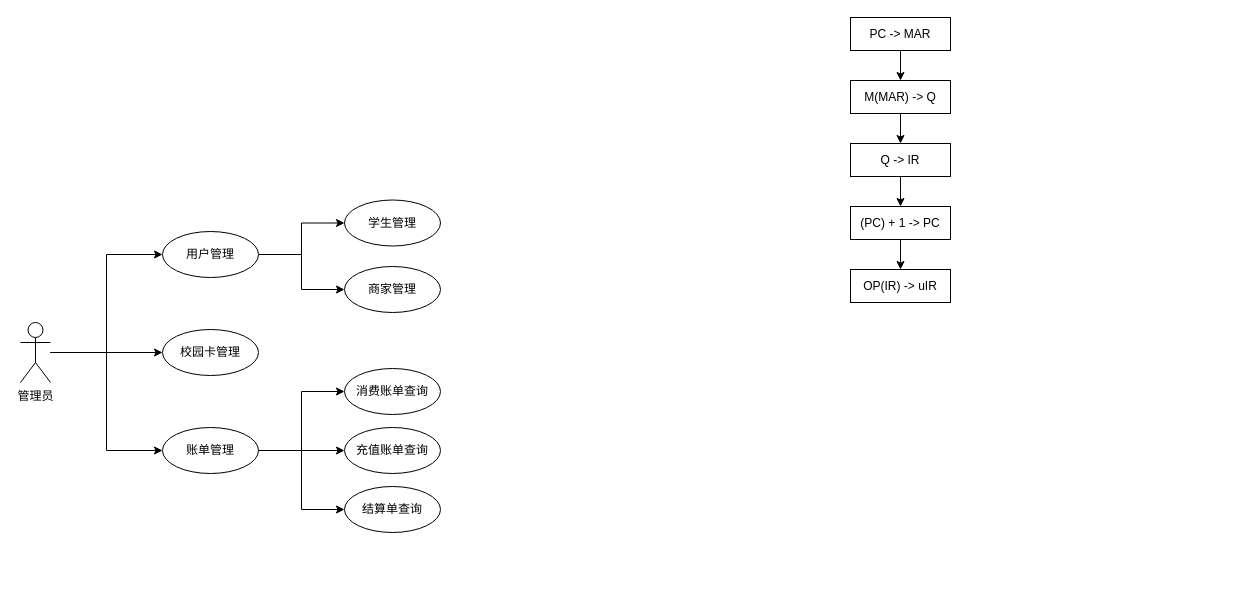
This is ER-Charts/用例图-管理员.drawio from ShiaoYoung/Database-course_design, a draw.io file, before an edit. Source tidied: cells renumbered, new cells numbered last; positions are measured from the earlier drawing's top-left corner, leaving out a move shared by most shapes. Both pictures are drawn from the tidied source at 100%, with x=0, y=0 at pixel (20, 17).
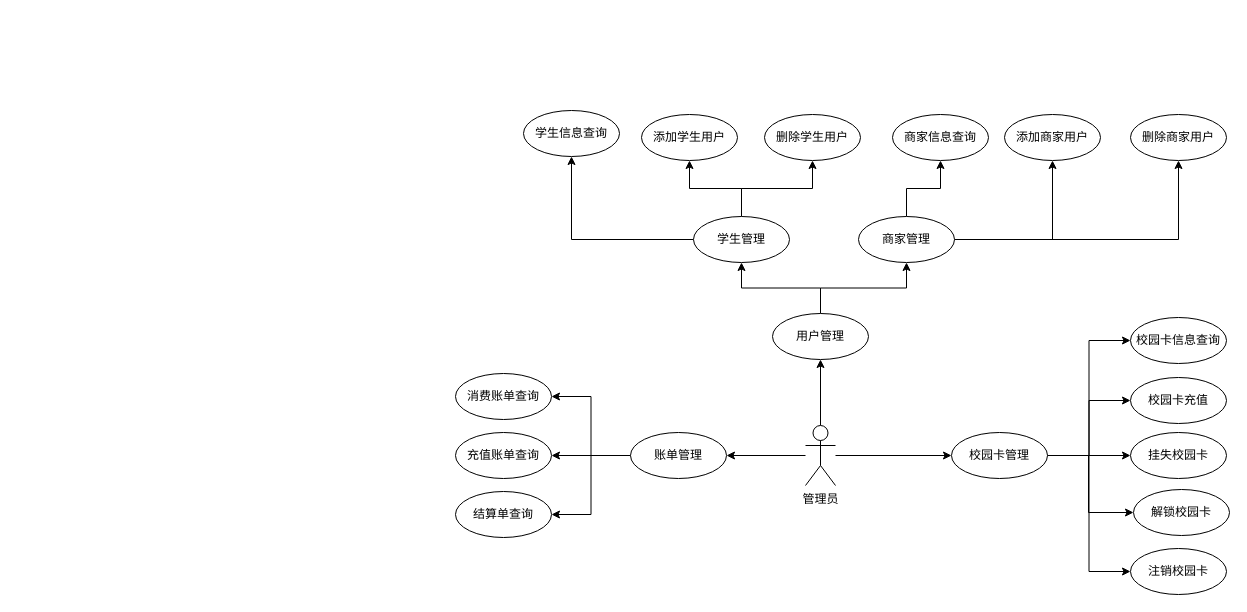
Above is the later version.

Commit message (it also covers changes not shown here):
更新用例图-管理员.drawio

The edit, as a diff of the source:
```diff
@@
-    <mxCell id="2" style="edgeStyle=orthogonalEdgeStyle;rounded=0;jettySize=auto;html=1;exitX=0.5;exitY=1;exitDx=0;exitDy=0;entryX=0.5;entryY=0;entryDx=0;entryDy=0;" parent="1" edge="1" source="3" target="5">
-      <mxGeometry relative="1" as="geometry" />
-    </mxCell>
-    <mxCell id="3" value="PC -&amp;gt; MAR" style="rounded=0;whiteSpace=wrap;html=1;" parent="1" vertex="1">
-      <mxGeometry x="830" width="100" height="33" as="geometry" />
-    </mxCell>
-    <mxCell id="4" style="edgeStyle=orthogonalEdgeStyle;rounded=0;jettySize=auto;html=1;exitX=0.5;exitY=1;exitDx=0;exitDy=0;entryX=0.5;entryY=0;entryDx=0;entryDy=0;" parent="1" edge="1" source="5" target="7">
-      <mxGeometry relative="1" as="geometry" />
-    </mxCell>
-    <mxCell id="5" value="M(MAR) -&amp;gt; Q" style="rounded=0;whiteSpace=wrap;html=1;" parent="1" vertex="1">
-      <mxGeometry x="830" y="63" width="100" height="33" as="geometry" />
-    </mxCell>
-    <mxCell id="6" style="edgeStyle=orthogonalEdgeStyle;rounded=0;jettySize=auto;html=1;exitX=0.5;exitY=1;exitDx=0;exitDy=0;entryX=0.5;entryY=0;entryDx=0;entryDy=0;" parent="1" edge="1" source="7" target="9">
-      <mxGeometry relative="1" as="geometry" />
-    </mxCell>
-    <mxCell id="7" value="Q -&amp;gt; IR" style="rounded=0;whiteSpace=wrap;html=1;" parent="1" vertex="1">
-      <mxGeometry x="830" y="126" width="100" height="33" as="geometry" />
-    </mxCell>
-    <mxCell id="8" style="edgeStyle=orthogonalEdgeStyle;rounded=0;jettySize=auto;html=1;exitX=0.5;exitY=1;exitDx=0;exitDy=0;entryX=0.5;entryY=0;entryDx=0;entryDy=0;" parent="1" edge="1" source="9" target="10">
-      <mxGeometry relative="1" as="geometry" />
-    </mxCell>
-    <mxCell id="9" value="(PC) + 1 -&amp;gt; PC" style="rounded=0;whiteSpace=wrap;html=1;" parent="1" vertex="1">
-      <mxGeometry x="830" y="189" width="100" height="33" as="geometry" />
-    </mxCell>
-    <mxCell id="10" value="OP(IR) -&amp;gt; uIR" style="rounded=0;whiteSpace=wrap;html=1;" parent="1" vertex="1">
-      <mxGeometry x="830" y="252" width="100" height="33" as="geometry" />
-    </mxCell>
+    <mxCell id="12" style="edgeStyle=orthogonalEdgeStyle;rounded=0;jettySize=auto;html=1;entryX=0;entryY=0.5;entryDx=0;entryDy=0;" parent="1" edge="1" source="14" target="20">
+      <mxGeometry relative="1" as="geometry" />
+    </mxCell>
-    <mxCell id="11" style="edgeStyle=orthogonalEdgeStyle;rounded=0;jettySize=auto;html=1;entryX=0;entryY=0.5;entryDx=0;entryDy=0;" parent="1" edge="1" source="14" target="17">
+    <mxCell id="11" style="edgeStyle=orthogonalEdgeStyle;rounded=0;jettySize=auto;html=1;entryX=0.5;entryY=1;entryDx=0;entryDy=0;" parent="1" edge="1" source="14" target="17">
       <mxGeometry relative="1" as="geometry" />
     </mxCell>
-    <mxCell id="12" style="edgeStyle=orthogonalEdgeStyle;rounded=0;jettySize=auto;html=1;entryX=0;entryY=0.5;entryDx=0;entryDy=0;" parent="1" edge="1" source="14" target="20">
-      <mxGeometry relative="1" as="geometry" />
-    </mxCell>
-    <mxCell id="13" style="edgeStyle=orthogonalEdgeStyle;rounded=0;jettySize=auto;html=1;entryX=0;entryY=0.5;entryDx=0;entryDy=0;" parent="1" edge="1" source="14" target="24">
+    <mxCell id="13" style="edgeStyle=orthogonalEdgeStyle;rounded=0;jettySize=auto;html=1;entryX=1;entryY=0.5;entryDx=0;entryDy=0;" parent="1" edge="1" source="14" target="24">
       <mxGeometry relative="1" as="geometry" />
     </mxCell>
     <mxCell id="14" value="管理员" style="shape=umlActor;verticalLabelPosition=bottom;verticalAlign=top;html=1;outlineConnect=0;" parent="1" vertex="1">
-      <mxGeometry y="305" width="30" height="60" as="geometry" />
+      <mxGeometry x="785" y="408" width="30" height="60" as="geometry" />
     </mxCell>
-    <mxCell id="15" style="edgeStyle=orthogonalEdgeStyle;rounded=0;jettySize=auto;html=1;entryX=0;entryY=0.5;entryDx=0;entryDy=0;" parent="1" edge="1" source="17" target="18">
+    <mxCell id="15" style="edgeStyle=orthogonalEdgeStyle;rounded=0;jettySize=auto;html=1;entryX=0.5;entryY=1;entryDx=0;entryDy=0;" parent="1" edge="1" source="17" target="18">
       <mxGeometry relative="1" as="geometry" />
     </mxCell>
-    <mxCell id="16" style="edgeStyle=orthogonalEdgeStyle;rounded=0;jettySize=auto;html=1;entryX=0;entryY=0.5;entryDx=0;entryDy=0;" parent="1" edge="1" source="17" target="19">
+    <mxCell id="16" style="edgeStyle=orthogonalEdgeStyle;rounded=0;jettySize=auto;html=1;entryX=0.5;entryY=1;entryDx=0;entryDy=0;" parent="1" edge="1" source="17" target="19">
       <mxGeometry relative="1" as="geometry" />
     </mxCell>
     <mxCell id="17" value="用户管理" style="ellipse;whiteSpace=wrap;html=1;" parent="1" vertex="1">
-      <mxGeometry x="142" y="214" width="96" height="46" as="geometry" />
+      <mxGeometry x="752" y="296" width="96" height="46" as="geometry" />
     </mxCell>
+    <mxCell id="28" style="edgeStyle=orthogonalEdgeStyle;rounded=0;jettySize=auto;html=1;entryX=0.5;entryY=1;entryDx=0;entryDy=0;" parent="1" edge="1" source="18" target="44">
+      <mxGeometry relative="1" as="geometry" />
+    </mxCell>
+    <mxCell id="29" style="edgeStyle=orthogonalEdgeStyle;rounded=0;jettySize=auto;html=1;entryX=0.5;entryY=1;entryDx=0;entryDy=0;" parent="1" edge="1" source="18" target="45">
+      <mxGeometry relative="1" as="geometry" />
+    </mxCell>
+    <mxCell id="30" style="edgeStyle=orthogonalEdgeStyle;rounded=0;jettySize=auto;html=1;entryX=0.5;entryY=1;entryDx=0;entryDy=0;" parent="1" edge="1" source="18" target="46">
+      <mxGeometry relative="1" as="geometry" />
+    </mxCell>
     <mxCell id="18" value="学生管理" style="ellipse;whiteSpace=wrap;html=1;" parent="1" vertex="1">
-      <mxGeometry x="324" y="182.5" width="96" height="46" as="geometry" />
+      <mxGeometry x="673" y="199" width="96" height="46" as="geometry" />
     </mxCell>
+    <mxCell id="31" style="edgeStyle=orthogonalEdgeStyle;rounded=0;jettySize=auto;html=1;entryX=0.5;entryY=1;entryDx=0;entryDy=0;" parent="1" edge="1" source="19" target="47">
+      <mxGeometry relative="1" as="geometry" />
+    </mxCell>
+    <mxCell id="32" style="edgeStyle=orthogonalEdgeStyle;rounded=0;jettySize=auto;html=1;entryX=0.5;entryY=1;entryDx=0;entryDy=0;" parent="1" edge="1" source="19" target="48">
+      <mxGeometry relative="1" as="geometry" />
+    </mxCell>
+    <mxCell id="33" style="edgeStyle=orthogonalEdgeStyle;rounded=0;jettySize=auto;html=1;entryX=0.5;entryY=1;entryDx=0;entryDy=0;" parent="1" edge="1" source="19" target="49">
+      <mxGeometry relative="1" as="geometry" />
+    </mxCell>
     <mxCell id="19" value="商家管理" style="ellipse;whiteSpace=wrap;html=1;" parent="1" vertex="1">
-      <mxGeometry x="324" y="249" width="96" height="46" as="geometry" />
+      <mxGeometry x="838" y="199" width="96" height="46" as="geometry" />
     </mxCell>
+    <mxCell id="34" style="edgeStyle=orthogonalEdgeStyle;rounded=0;jettySize=auto;html=1;exitX=1;exitY=0.5;exitDx=0;exitDy=0;entryX=0;entryY=0.5;entryDx=0;entryDy=0;" parent="1" edge="1" source="20" target="39">
+      <mxGeometry relative="1" as="geometry" />
+    </mxCell>
+    <mxCell id="35" style="edgeStyle=orthogonalEdgeStyle;rounded=0;jettySize=auto;html=1;entryX=0;entryY=0.5;entryDx=0;entryDy=0;" parent="1" edge="1" source="20" target="40">
+      <mxGeometry relative="1" as="geometry" />
+    </mxCell>
+    <mxCell id="36" style="edgeStyle=orthogonalEdgeStyle;rounded=0;jettySize=auto;html=1;entryX=0;entryY=0.5;entryDx=0;entryDy=0;" parent="1" edge="1" source="20" target="43">
+      <mxGeometry relative="1" as="geometry" />
+    </mxCell>
+    <mxCell id="37" style="edgeStyle=orthogonalEdgeStyle;rounded=0;jettySize=auto;html=1;entryX=0;entryY=0.5;entryDx=0;entryDy=0;" parent="1" edge="1" source="20" target="41">
+      <mxGeometry relative="1" as="geometry">
+        <Array as="points">
+          <mxPoint x="1068" y="438" />
+          <mxPoint x="1068" y="495" />
+        </Array>
+      </mxGeometry>
+    </mxCell>
+    <mxCell id="38" style="edgeStyle=orthogonalEdgeStyle;rounded=0;jettySize=auto;html=1;entryX=0;entryY=0.5;entryDx=0;entryDy=0;" parent="1" edge="1" source="20" target="42">
+      <mxGeometry relative="1" as="geometry" />
+    </mxCell>
     <mxCell id="20" value="校园卡管理" style="ellipse;whiteSpace=wrap;html=1;" parent="1" vertex="1">
-      <mxGeometry x="142" y="312" width="96" height="46" as="geometry" />
+      <mxGeometry x="931" y="415" width="96" height="46" as="geometry" />
     </mxCell>
-    <mxCell id="21" style="edgeStyle=orthogonalEdgeStyle;rounded=0;jettySize=auto;html=1;entryX=0;entryY=0.5;entryDx=0;entryDy=0;" parent="1" edge="1" source="24" target="25">
+    <mxCell id="21" style="edgeStyle=orthogonalEdgeStyle;rounded=0;jettySize=auto;html=1;entryX=1;entryY=0.5;entryDx=0;entryDy=0;" parent="1" edge="1" source="24" target="25">
       <mxGeometry relative="1" as="geometry" />
     </mxCell>
-    <mxCell id="22" style="edgeStyle=orthogonalEdgeStyle;rounded=0;jettySize=auto;html=1;entryX=0;entryY=0.5;entryDx=0;entryDy=0;" parent="1" edge="1" source="24" target="26">
+    <mxCell id="22" style="edgeStyle=orthogonalEdgeStyle;rounded=0;jettySize=auto;html=1;entryX=1;entryY=0.5;entryDx=0;entryDy=0;" parent="1" edge="1" source="24" target="26">
       <mxGeometry relative="1" as="geometry" />
     </mxCell>
-    <mxCell id="23" style="edgeStyle=orthogonalEdgeStyle;rounded=0;jettySize=auto;html=1;entryX=0;entryY=0.5;entryDx=0;entryDy=0;" parent="1" edge="1" source="24" target="27">
+    <mxCell id="23" style="edgeStyle=orthogonalEdgeStyle;rounded=0;jettySize=auto;html=1;entryX=1;entryY=0.5;entryDx=0;entryDy=0;" parent="1" edge="1" source="24" target="27">
       <mxGeometry relative="1" as="geometry" />
     </mxCell>
     <mxCell id="24" value="账单管理" style="ellipse;whiteSpace=wrap;html=1;" parent="1" vertex="1">
-      <mxGeometry x="142" y="410" width="96" height="46" as="geometry" />
+      <mxGeometry x="610" y="415" width="96" height="46" as="geometry" />
     </mxCell>
     <mxCell id="25" value="消费账单查询" style="ellipse;whiteSpace=wrap;html=1;" parent="1" vertex="1">
-      <mxGeometry x="324" y="351" width="96" height="46" as="geometry" />
+      <mxGeometry x="435" y="356" width="96" height="46" as="geometry" />
     </mxCell>
     <mxCell id="26" value="充值账单查询" style="ellipse;whiteSpace=wrap;html=1;" parent="1" vertex="1">
-      <mxGeometry x="324" y="410" width="96" height="46" as="geometry" />
+      <mxGeometry x="435" y="415" width="96" height="46" as="geometry" />
     </mxCell>
     <mxCell id="27" value="结算单查询" style="ellipse;whiteSpace=wrap;html=1;" parent="1" vertex="1">
-      <mxGeometry x="324" y="469" width="96" height="46" as="geometry" />
+      <mxGeometry x="435" y="474" width="96" height="46" as="geometry" />
     </mxCell>
+    <mxCell id="39" value="校园卡信息查询" style="ellipse;whiteSpace=wrap;html=1;" parent="1" vertex="1">
+      <mxGeometry x="1110" y="300" width="96" height="46" as="geometry" />
+    </mxCell>
+    <mxCell id="40" value="校园卡充值" style="ellipse;whiteSpace=wrap;html=1;" parent="1" vertex="1">
+      <mxGeometry x="1110" y="360" width="96" height="46" as="geometry" />
+    </mxCell>
+    <mxCell id="41" value="解锁校园卡" style="ellipse;whiteSpace=wrap;html=1;" parent="1" vertex="1">
+      <mxGeometry x="1113" y="472" width="96" height="46" as="geometry" />
+    </mxCell>
+    <mxCell id="42" value="注销校园卡" style="ellipse;whiteSpace=wrap;html=1;" parent="1" vertex="1">
+      <mxGeometry x="1110" y="531" width="96" height="46" as="geometry" />
+    </mxCell>
+    <mxCell id="43" value="挂失校园卡" style="ellipse;whiteSpace=wrap;html=1;" parent="1" vertex="1">
+      <mxGeometry x="1110" y="415" width="96" height="46" as="geometry" />
+    </mxCell>
+    <mxCell id="44" value="学生信息查询" style="ellipse;whiteSpace=wrap;html=1;" parent="1" vertex="1">
+      <mxGeometry x="503" y="93" width="96" height="46" as="geometry" />
+    </mxCell>
+    <mxCell id="45" value="添加学生用户" style="ellipse;whiteSpace=wrap;html=1;" parent="1" vertex="1">
+      <mxGeometry x="621" y="97" width="96" height="46" as="geometry" />
+    </mxCell>
+    <mxCell id="46" value="删除学生用户" style="ellipse;whiteSpace=wrap;html=1;" parent="1" vertex="1">
+      <mxGeometry x="744" y="97" width="96" height="46" as="geometry" />
+    </mxCell>
+    <mxCell id="47" value="商家信息查询" style="ellipse;whiteSpace=wrap;html=1;" parent="1" vertex="1">
+      <mxGeometry x="872" y="97" width="96" height="46" as="geometry" />
+    </mxCell>
+    <mxCell id="48" value="添加商家用户" style="ellipse;whiteSpace=wrap;html=1;" parent="1" vertex="1">
+      <mxGeometry x="984" y="97" width="96" height="46" as="geometry" />
+    </mxCell>
+    <mxCell id="49" value="删除商家用户" style="ellipse;whiteSpace=wrap;html=1;" parent="1" vertex="1">
+      <mxGeometry x="1110" y="97" width="96" height="46" as="geometry" />
+    </mxCell>
+    <mxCell id="50" style="edgeStyle=orthogonalEdgeStyle;rounded=0;orthogonalLoop=1;jettySize=auto;html=1;exitX=0.5;exitY=1;exitDx=0;exitDy=0;" parent="1" edge="1" source="43" target="43">
+      <mxGeometry relative="1" as="geometry" />
+    </mxCell>
```
